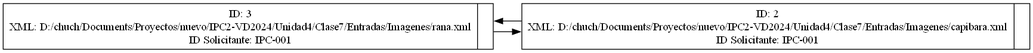
chuchoalm/IPC2_ProyectoVD2024_202200239 keeps this Graphviz diagram as reportes/listaCircular.png. Above is the earlier version. Its source is kept beside it as reportesdot/listaCircular.dot.
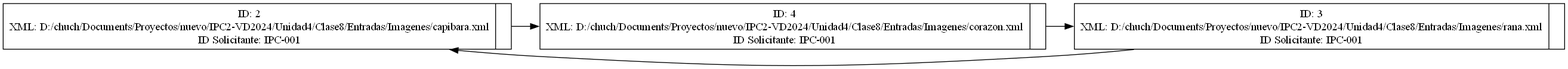
Later version of the same file.

Change to the diagram source:
```diff
@@ -1,8 +1,10 @@
 digraph G {
     rankdir=LR;
     node[shape=record, height=.1]
-nodo0[label="{ID: 3\nXML: D:/chuch/Documents/Proyectos/nuevo/IPC2-VD2024/Unidad4/Clase7/Entradas/Imagenes/rana.xml\nID Solicitante: IPC-001|<f1>}"];
-nodo1[label="{ID: 2\nXML: D:/chuch/Documents/Proyectos/nuevo/IPC2-VD2024/Unidad4/Clase7/Entradas/Imagenes/capibara.xml\nID Solicitante: IPC-001|<f1>}"];
+nodo0[label="{ID: 2\nXML: D:/chuch/Documents/Proyectos/nuevo/IPC2-VD2024/Unidad4/Clase8/Entradas/Imagenes/capibara.xml\nID Solicitante: IPC-001|<f1>}"];
+nodo1[label="{ID: 4\nXML: D:/chuch/Documents/Proyectos/nuevo/IPC2-VD2024/Unidad4/Clase8/Entradas/Imagenes/corazon.xml\nID Solicitante: IPC-001|<f1>}"];
+nodo2[label="{ID: 3\nXML: D:/chuch/Documents/Proyectos/nuevo/IPC2-VD2024/Unidad4/Clase8/Entradas/Imagenes/rana.xml\nID Solicitante: IPC-001|<f1>}"];
 nodo0 -> nodo1;
-nodo1 -> nodo0[constraint=false];
+nodo1 -> nodo2;
+nodo2 -> nodo0[constraint=false];
 }
```
